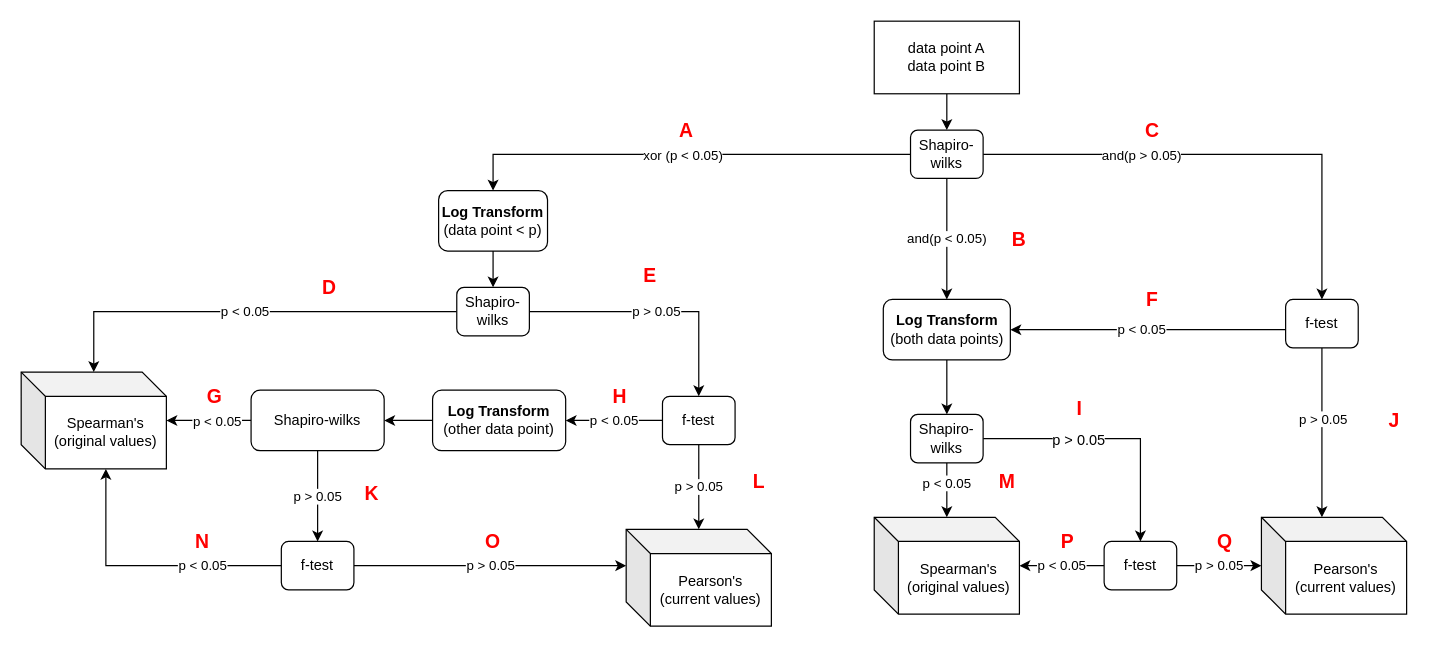
JerrinWiley/Spearmans_Pearsons_Decider keeps this draw.io diagram as Test_Flow.drawio. Above is the earlier version. Source tidied: cells renumbered, new cells numbered last; positions are measured from the earlier drawing's top-left corner, leaving out a move shared by most shapes. Both pictures are drawn from the tidied source at 121%, with x=0, y=0 at pixel (21, 21).
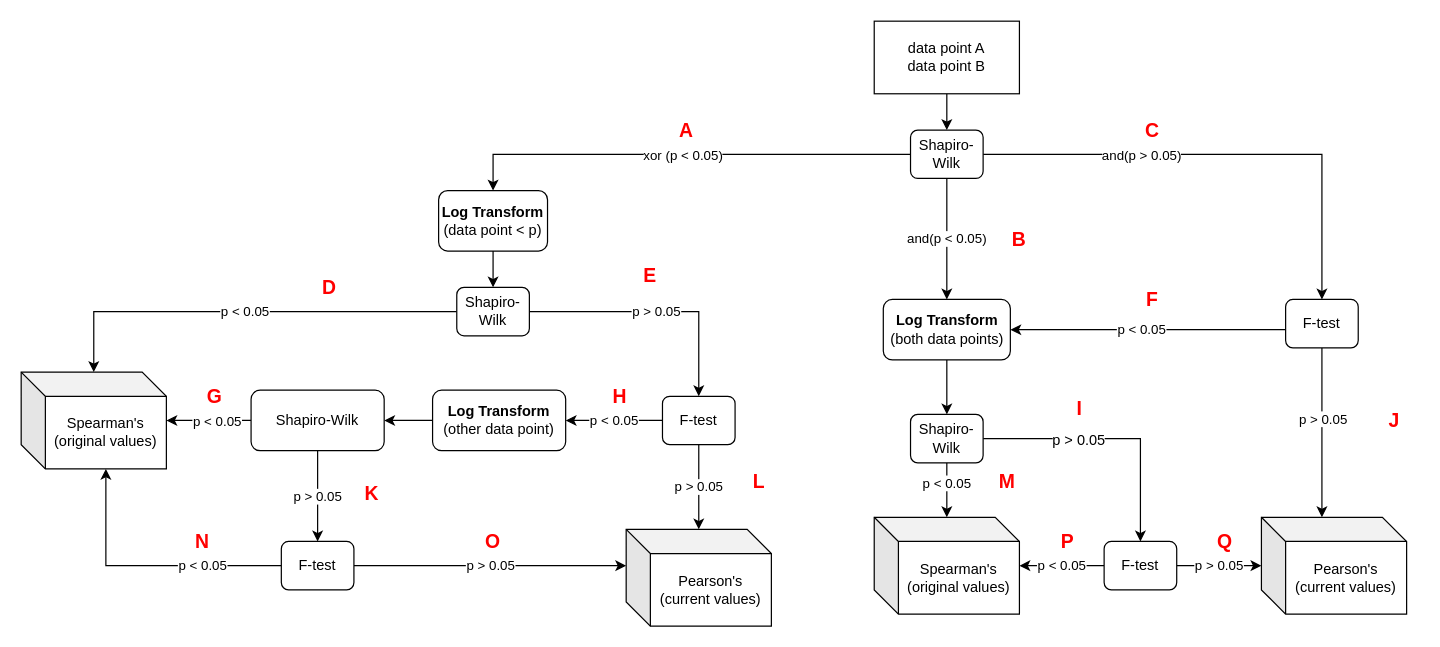
The same page after the edit.

Diff of the diagram source:
```diff
@@
-    <mxCell id="9" value="Shapiro-wilks" style="rounded=1;whiteSpace=wrap;html=1;" parent="1" vertex="1">
+    <mxCell id="9" value="Shapiro-Wilk" style="rounded=1;whiteSpace=wrap;html=1;" parent="1" vertex="1">
       <mxGeometry x="735" y="90" width="60" height="40" as="geometry" />
     </mxCell>
@@
-    <mxCell id="12" value="Shapiro-wilks" style="rounded=1;whiteSpace=wrap;html=1;" parent="1" vertex="1">
+    <mxCell id="12" value="Shapiro-Wilk" style="rounded=1;whiteSpace=wrap;html=1;" parent="1" vertex="1">
       <mxGeometry x="360" y="220" width="60" height="40" as="geometry" />
     </mxCell>
@@
-    <mxCell id="18" value="f-test" style="rounded=1;whiteSpace=wrap;html=1;" parent="1" vertex="1">
+    <mxCell id="18" value="F-test" style="rounded=1;whiteSpace=wrap;html=1;" parent="1" vertex="1">
       <mxGeometry x="530" y="310" width="60" height="40" as="geometry" />
     </mxCell>
@@
-    <mxCell id="23" value="Shapiro-wilks" style="rounded=1;whiteSpace=wrap;html=1;" parent="1" vertex="1">
+    <mxCell id="23" value="Shapiro-Wilk" style="rounded=1;whiteSpace=wrap;html=1;" parent="1" vertex="1">
       <mxGeometry x="190" y="305" width="110" height="50" as="geometry" />
     </mxCell>
@@
-    <mxCell id="26" value="f-test" style="rounded=1;whiteSpace=wrap;html=1;" parent="1" vertex="1">
+    <mxCell id="26" value="F-test" style="rounded=1;whiteSpace=wrap;html=1;" parent="1" vertex="1">
       <mxGeometry x="215" y="430" width="60" height="40" as="geometry" />
     </mxCell>
@@
-    <mxCell id="32" value="f-test" style="rounded=1;whiteSpace=wrap;html=1;" parent="1" vertex="1">
+    <mxCell id="32" value="F-test" style="rounded=1;whiteSpace=wrap;html=1;" parent="1" vertex="1">
       <mxGeometry x="1045" y="230" width="60" height="40" as="geometry" />
     </mxCell>
@@
-    <mxCell id="38" value="Shapiro-wilks" style="rounded=1;whiteSpace=wrap;html=1;" parent="1" vertex="1">
+    <mxCell id="38" value="Shapiro-Wilk" style="rounded=1;whiteSpace=wrap;html=1;" parent="1" vertex="1">
       <mxGeometry x="735" y="325" width="60" height="40" as="geometry" />
     </mxCell>
@@
-    <mxCell id="42" value="f-test" style="rounded=1;whiteSpace=wrap;html=1;" parent="1" vertex="1">
+    <mxCell id="42" value="F-test" style="rounded=1;whiteSpace=wrap;html=1;" parent="1" vertex="1">
       <mxGeometry x="895" y="430" width="60" height="40" as="geometry" />
     </mxCell>
```
